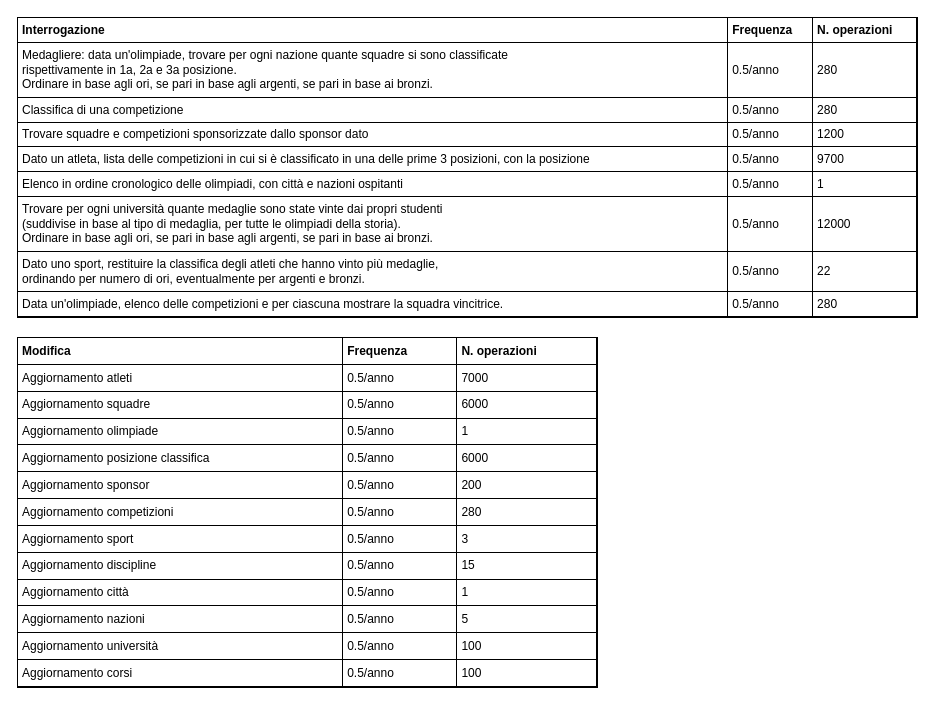
Above: page "Operazioni" (5 of 6) of Olimpiadi studentesche.drawio in giovannivelludo/database-project (draw.io), before the change. Source tidied: cells renumbered, new cells numbered last; positions are measured from the earlier drawing's top-left corner, leaving out a move shared by most shapes. Both pictures are drawn from the tidied source at 100%, with x=0, y=0 at pixel (17, 17).
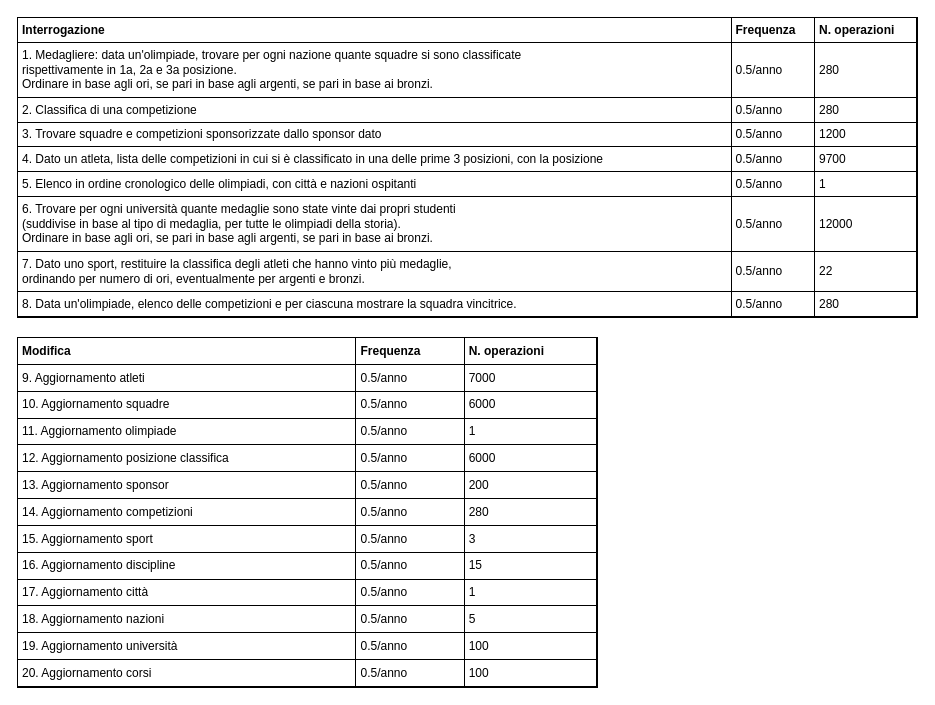
The same diagram, later.

What changed in the source:
```diff
@@
 <mxGraphModel>
   <root>
     <mxCell id="0" />
     <mxCell id="1" parent="0" />
-    <mxCell id="2" value="&lt;table style=&quot;width: 100% ; height: 100% ; border-collapse: collapse ; border: 1px solid rgb(0 , 0 , 0)&quot; width=&quot;100%&quot; cellpadding=&quot;4&quot; border=&quot;1&quot; align=&quot;center&quot;&gt;&lt;tbody&gt;&lt;tr style=&quot;color: rgb(255 , 255 , 255)&quot;&gt;&lt;th align=&quot;left&quot;&gt;&lt;span&gt;&lt;font color=&quot;#000000&quot;&gt;Interrogazione&lt;br&gt;&lt;/font&gt;&lt;/span&gt;&lt;/th&gt;&lt;th align=&quot;left&quot;&gt;&lt;span&gt;&lt;font color=&quot;#000000&quot;&gt;Frequenza&lt;br&gt;&lt;/font&gt;&lt;/span&gt;&lt;/th&gt;&lt;td&gt;&lt;b&gt;&lt;font color=&quot;#000000&quot;&gt;N. operazioni&lt;/font&gt;&lt;/b&gt;&lt;br&gt;&lt;/td&gt;&lt;/tr&gt;&lt;tr&gt;&lt;td&gt;&lt;span&gt;Medagliere: data un'olimpiade, trovare per ogni nazione quante squadre si sono classificate&lt;br&gt;rispettivamente in 1a, 2a e 3a posizione.&lt;br&gt;Ordinare in base agli ori, se pari in base agli argenti, se pari in base ai bronzi.&lt;br&gt;&lt;/span&gt;&lt;/td&gt;&lt;td&gt;&lt;span&gt;0.5/anno&lt;br&gt;&lt;/span&gt;&lt;/td&gt;&lt;td&gt;280&lt;br&gt;&lt;/td&gt;&lt;/tr&gt;&lt;tr&gt;&lt;td&gt;&lt;span&gt;Classifica di una competizione&lt;br&gt;&lt;/span&gt;&lt;/td&gt;&lt;td&gt;&lt;span&gt;0.5/anno&lt;br&gt;&lt;/span&gt;&lt;/td&gt;&lt;td&gt;280&lt;br&gt;&lt;/td&gt;&lt;/tr&gt;&lt;tr&gt;&lt;td&gt;&lt;span&gt;Trovare squadre e competizioni sponsorizzate dallo sponsor dato&lt;br&gt;&lt;/span&gt;&lt;/td&gt;&lt;td&gt;&lt;span&gt;0.5/anno&lt;br&gt;&lt;/span&gt;&lt;/td&gt;&lt;td&gt;1200&lt;br&gt;&lt;/td&gt;&lt;/tr&gt;&lt;tr&gt;&lt;td&gt;&lt;span&gt;Dato un atleta, lista delle competizioni in cui si è classificato in una delle prime 3 posizioni, con la posizione&lt;br&gt;&lt;/span&gt;&lt;/td&gt;&lt;td&gt;0.5/anno&lt;br&gt;&lt;/td&gt;&lt;td&gt;9700&lt;br&gt;&lt;/td&gt;&lt;/tr&gt;&lt;tr&gt;&lt;td&gt;Elenco in ordine cronologico delle olimpiadi, con città e nazioni ospitanti&lt;br&gt;&lt;/td&gt;&lt;td&gt;0.5/anno&lt;br&gt;&lt;/td&gt;&lt;td&gt;1&lt;br&gt;&lt;/td&gt;&lt;/tr&gt;&lt;tr&gt;&lt;td&gt;&lt;span&gt;Trovare per ogni università quante medaglie sono state vinte dai propri studenti&lt;br&gt;(suddivise in base al tipo di medaglia, per tutte le olimpiadi della storia).&lt;br&gt;Ordinare in base agli ori, se pari in base agli argenti, se pari in base ai bronzi.&lt;/span&gt;&lt;/td&gt;&lt;td&gt;0.5/anno&lt;br&gt;&lt;/td&gt;&lt;td&gt;12000&lt;br&gt;&lt;/td&gt;&lt;/tr&gt;&lt;tr&gt;&lt;td&gt;Dato uno sport, restituire la classifica degli atleti che hanno vinto più medaglie,&lt;br&gt;ordinando per numero di ori, eventualmente per argenti e bronzi.&lt;br&gt;&lt;/td&gt;&lt;td&gt;0.5/anno&lt;br&gt;&lt;/td&gt;&lt;td&gt;22&lt;br&gt;&lt;/td&gt;&lt;/tr&gt;&lt;tr&gt;&lt;td&gt;Data un'olimpiade, elenco delle competizioni e per ciascuna mostrare la squadra vincitrice.&lt;br&gt;&lt;/td&gt;&lt;td&gt;0.5/anno&lt;br&gt;&lt;/td&gt;&lt;td&gt;280&lt;br&gt;&lt;/td&gt;&lt;/tr&gt;&lt;/tbody&gt;&lt;/table&gt;" style="text;html=1;strokeColor=#000000;fillColor=#ffffff;overflow=fill;rounded=0;" parent="1" vertex="1">
+    <mxCell id="2" value="&lt;table style=&quot;width: 100% ; height: 100% ; border-collapse: collapse ; border: 1px solid rgb(0 , 0 , 0)&quot; width=&quot;100%&quot; cellpadding=&quot;4&quot; border=&quot;1&quot; align=&quot;center&quot;&gt;&lt;tbody&gt;&lt;tr style=&quot;color: rgb(255 , 255 , 255)&quot;&gt;&lt;th align=&quot;left&quot;&gt;&lt;span&gt;&lt;font color=&quot;#000000&quot;&gt;Interrogazione&lt;br&gt;&lt;/font&gt;&lt;/span&gt;&lt;/th&gt;&lt;th align=&quot;left&quot;&gt;&lt;span&gt;&lt;font color=&quot;#000000&quot;&gt;Frequenza&lt;br&gt;&lt;/font&gt;&lt;/span&gt;&lt;/th&gt;&lt;td&gt;&lt;b&gt;&lt;font color=&quot;#000000&quot;&gt;N. operazioni&lt;/font&gt;&lt;/b&gt;&lt;br&gt;&lt;/td&gt;&lt;/tr&gt;&lt;tr&gt;&lt;td&gt;&lt;span&gt;1. Medagliere: data un'olimpiade, trovare per ogni nazione quante squadre si sono classificate&lt;br&gt;rispettivamente in 1a, 2a e 3a posizione.&lt;br&gt;Ordinare in base agli ori, se pari in base agli argenti, se pari in base ai bronzi.&lt;br&gt;&lt;/span&gt;&lt;/td&gt;&lt;td&gt;&lt;span&gt;0.5/anno&lt;br&gt;&lt;/span&gt;&lt;/td&gt;&lt;td&gt;280&lt;br&gt;&lt;/td&gt;&lt;/tr&gt;&lt;tr&gt;&lt;td&gt;&lt;span&gt;2. Classifica di una competizione&lt;br&gt;&lt;/span&gt;&lt;/td&gt;&lt;td&gt;&lt;span&gt;0.5/anno&lt;br&gt;&lt;/span&gt;&lt;/td&gt;&lt;td&gt;280&lt;br&gt;&lt;/td&gt;&lt;/tr&gt;&lt;tr&gt;&lt;td&gt;&lt;span&gt;3. Trovare squadre e competizioni sponsorizzate dallo sponsor dato&lt;br&gt;&lt;/span&gt;&lt;/td&gt;&lt;td&gt;&lt;span&gt;0.5/anno&lt;br&gt;&lt;/span&gt;&lt;/td&gt;&lt;td&gt;1200&lt;br&gt;&lt;/td&gt;&lt;/tr&gt;&lt;tr&gt;&lt;td&gt;&lt;span&gt;4. Dato un atleta, lista delle competizioni in cui si è classificato in una delle prime 3 posizioni, con la posizione&lt;br&gt;&lt;/span&gt;&lt;/td&gt;&lt;td&gt;0.5/anno&lt;br&gt;&lt;/td&gt;&lt;td&gt;9700&lt;br&gt;&lt;/td&gt;&lt;/tr&gt;&lt;tr&gt;&lt;td&gt;5. Elenco in ordine cronologico delle olimpiadi, con città e nazioni ospitanti&lt;br&gt;&lt;/td&gt;&lt;td&gt;0.5/anno&lt;br&gt;&lt;/td&gt;&lt;td&gt;1&lt;br&gt;&lt;/td&gt;&lt;/tr&gt;&lt;tr&gt;&lt;td&gt;&lt;span&gt;6. Trovare per ogni università quante medaglie sono state vinte dai propri studenti&lt;br&gt;(suddivise in base al tipo di medaglia, per tutte le olimpiadi della storia).&lt;br&gt;Ordinare in base agli ori, se pari in base agli argenti, se pari in base ai bronzi.&lt;/span&gt;&lt;/td&gt;&lt;td&gt;0.5/anno&lt;br&gt;&lt;/td&gt;&lt;td&gt;12000&lt;br&gt;&lt;/td&gt;&lt;/tr&gt;&lt;tr&gt;&lt;td&gt;7. Dato uno sport, restituire la classifica degli atleti che hanno vinto più medaglie,&lt;br&gt;ordinando per numero di ori, eventualmente per argenti e bronzi.&lt;br&gt;&lt;/td&gt;&lt;td&gt;0.5/anno&lt;br&gt;&lt;/td&gt;&lt;td&gt;22&lt;br&gt;&lt;/td&gt;&lt;/tr&gt;&lt;tr&gt;&lt;td&gt;8. Data un'olimpiade, elenco delle competizioni e per ciascuna mostrare la squadra vincitrice.&lt;br&gt;&lt;/td&gt;&lt;td&gt;0.5/anno&lt;br&gt;&lt;/td&gt;&lt;td&gt;280&lt;br&gt;&lt;/td&gt;&lt;/tr&gt;&lt;/tbody&gt;&lt;/table&gt;" style="text;html=1;strokeColor=#000000;fillColor=#ffffff;overflow=fill;rounded=0;" parent="1" vertex="1">
       <mxGeometry width="900" height="300" as="geometry" />
     </mxCell>
-    <mxCell id="3" value="&lt;table style=&quot;width: 100% ; height: 100% ; border-collapse: collapse ; border: 1px solid rgb(0 , 0 , 0)&quot; width=&quot;100%&quot; cellpadding=&quot;4&quot; border=&quot;1&quot; align=&quot;left&quot;&gt;&lt;tbody&gt;&lt;tr style=&quot;color: rgb(255 , 255 , 255)&quot;&gt;&lt;th align=&quot;left&quot;&gt;&lt;span&gt;&lt;font color=&quot;#000000&quot;&gt;Modifica&lt;br&gt;&lt;/font&gt;&lt;/span&gt;&lt;/th&gt;&lt;th align=&quot;left&quot;&gt;&lt;span&gt;&lt;font color=&quot;#000000&quot;&gt;Frequenza&lt;br&gt;&lt;/font&gt;&lt;/span&gt;&lt;/th&gt;&lt;td&gt;&lt;b&gt;&lt;font color=&quot;#000000&quot;&gt;N. operazioni&lt;/font&gt;&lt;/b&gt;&lt;br&gt;&lt;/td&gt;&lt;/tr&gt;&lt;tr&gt;&lt;td&gt;&lt;span&gt;Aggiornamento atleti&lt;br&gt;&lt;/span&gt;&lt;/td&gt;&lt;td&gt;&lt;span&gt;0.5/anno&lt;br&gt;&lt;/span&gt;&lt;/td&gt;&lt;td&gt;7000&lt;br&gt;&lt;/td&gt;&lt;/tr&gt;&lt;tr&gt;&lt;td&gt;&lt;span&gt;Aggiornamento squadre&lt;br&gt;&lt;/span&gt;&lt;/td&gt;&lt;td&gt;&lt;span&gt;0.5/anno&lt;br&gt;&lt;/span&gt;&lt;/td&gt;&lt;td&gt;6000&lt;br&gt;&lt;/td&gt;&lt;/tr&gt;&lt;tr&gt;&lt;td&gt;&lt;span&gt;Aggiornamento olimpiade&lt;br&gt;&lt;/span&gt;&lt;/td&gt;&lt;td&gt;&lt;span&gt;0.5/anno&lt;br&gt;&lt;/span&gt;&lt;/td&gt;&lt;td&gt;1&lt;br&gt;&lt;/td&gt;&lt;/tr&gt;&lt;tr&gt;&lt;td&gt;&lt;span&gt;Aggiornamento posizione classifica&lt;br&gt;&lt;/span&gt;&lt;/td&gt;&lt;td&gt;0.5/anno&lt;br&gt;&lt;/td&gt;&lt;td&gt;6000&lt;br&gt;&lt;/td&gt;&lt;/tr&gt;&lt;tr&gt;&lt;td&gt;Aggiornamento sponsor&lt;br&gt;&lt;/td&gt;&lt;td&gt;0.5/anno&lt;br&gt;&lt;/td&gt;&lt;td&gt;200&lt;br&gt;&lt;/td&gt;&lt;/tr&gt;&lt;tr&gt;&lt;td&gt;&lt;span&gt;Aggiornamento competizioni&lt;br&gt;&lt;/span&gt;&lt;/td&gt;&lt;td&gt;0.5/anno&lt;br&gt;&lt;/td&gt;&lt;td&gt;280&lt;br&gt;&lt;/td&gt;&lt;/tr&gt;&lt;tr&gt;&lt;td&gt;Aggiornamento sport&lt;br&gt;&lt;/td&gt;&lt;td&gt;&lt;span&gt;0.5/anno&lt;/span&gt;&lt;/td&gt;&lt;td&gt;3&lt;br&gt;&lt;/td&gt;&lt;/tr&gt;&lt;tr&gt;&lt;td&gt;Aggiornamento discipline&lt;br&gt;&lt;/td&gt;&lt;td&gt;&lt;span&gt;0.5/anno&lt;/span&gt;&lt;/td&gt;&lt;td&gt;15&lt;br&gt;&lt;/td&gt;&lt;/tr&gt;&lt;tr&gt;&lt;td&gt;Aggiornamento città&lt;br&gt;&lt;/td&gt;&lt;td&gt;&lt;span&gt;0.5/anno&lt;/span&gt;&lt;/td&gt;&lt;td&gt;1&lt;br&gt;&lt;/td&gt;&lt;/tr&gt;&lt;tr&gt;&lt;td&gt;Aggiornamento nazioni&lt;br&gt;&lt;/td&gt;&lt;td&gt;&lt;span&gt;0.5/anno&lt;/span&gt;&lt;/td&gt;&lt;td&gt;5&lt;br&gt;&lt;/td&gt;&lt;/tr&gt;&lt;tr&gt;&lt;td&gt;Aggiornamento università&lt;br&gt;&lt;/td&gt;&lt;td&gt;&lt;span&gt;0.5/anno&lt;/span&gt;&lt;/td&gt;&lt;td&gt;100&lt;br&gt;&lt;/td&gt;&lt;/tr&gt;&lt;tr&gt;&lt;td&gt;Aggiornamento corsi&lt;br&gt;&lt;/td&gt;&lt;td&gt;&lt;span&gt;0.5/anno&lt;/span&gt;&lt;/td&gt;&lt;td&gt;100&lt;br&gt;&lt;/td&gt;&lt;/tr&gt;&lt;/tbody&gt;&lt;/table&gt;" style="text;html=1;strokeColor=#000000;fillColor=#ffffff;overflow=fill;rounded=0;" parent="1" vertex="1">
+    <mxCell id="3" value="&lt;table style=&quot;width: 100% ; height: 100% ; border-collapse: collapse ; border: 1px solid rgb(0 , 0 , 0)&quot; width=&quot;100%&quot; cellpadding=&quot;4&quot; border=&quot;1&quot; align=&quot;left&quot;&gt;&lt;tbody&gt;&lt;tr style=&quot;color: rgb(255 , 255 , 255)&quot;&gt;&lt;th align=&quot;left&quot;&gt;&lt;span&gt;&lt;font color=&quot;#000000&quot;&gt;Modifica&lt;br&gt;&lt;/font&gt;&lt;/span&gt;&lt;/th&gt;&lt;th align=&quot;left&quot;&gt;&lt;span&gt;&lt;font color=&quot;#000000&quot;&gt;Frequenza&lt;br&gt;&lt;/font&gt;&lt;/span&gt;&lt;/th&gt;&lt;td&gt;&lt;b&gt;&lt;font color=&quot;#000000&quot;&gt;N. operazioni&lt;/font&gt;&lt;/b&gt;&lt;br&gt;&lt;/td&gt;&lt;/tr&gt;&lt;tr&gt;&lt;td&gt;&lt;span&gt;9. Aggiornamento atleti&lt;br&gt;&lt;/span&gt;&lt;/td&gt;&lt;td&gt;&lt;span&gt;0.5/anno&lt;br&gt;&lt;/span&gt;&lt;/td&gt;&lt;td&gt;7000&lt;br&gt;&lt;/td&gt;&lt;/tr&gt;&lt;tr&gt;&lt;td&gt;&lt;span&gt;10. Aggiornamento squadre&lt;br&gt;&lt;/span&gt;&lt;/td&gt;&lt;td&gt;&lt;span&gt;0.5/anno&lt;br&gt;&lt;/span&gt;&lt;/td&gt;&lt;td&gt;6000&lt;br&gt;&lt;/td&gt;&lt;/tr&gt;&lt;tr&gt;&lt;td&gt;&lt;span&gt;11. Aggiornamento olimpiade&lt;br&gt;&lt;/span&gt;&lt;/td&gt;&lt;td&gt;&lt;span&gt;0.5/anno&lt;br&gt;&lt;/span&gt;&lt;/td&gt;&lt;td&gt;1&lt;br&gt;&lt;/td&gt;&lt;/tr&gt;&lt;tr&gt;&lt;td&gt;&lt;span&gt;12. Aggiornamento posizione classifica&lt;br&gt;&lt;/span&gt;&lt;/td&gt;&lt;td&gt;0.5/anno&lt;br&gt;&lt;/td&gt;&lt;td&gt;6000&lt;br&gt;&lt;/td&gt;&lt;/tr&gt;&lt;tr&gt;&lt;td&gt;13. Aggiornamento sponsor&lt;br&gt;&lt;/td&gt;&lt;td&gt;0.5/anno&lt;br&gt;&lt;/td&gt;&lt;td&gt;200&lt;br&gt;&lt;/td&gt;&lt;/tr&gt;&lt;tr&gt;&lt;td&gt;&lt;span&gt;14. Aggiornamento competizioni&lt;br&gt;&lt;/span&gt;&lt;/td&gt;&lt;td&gt;0.5/anno&lt;br&gt;&lt;/td&gt;&lt;td&gt;280&lt;br&gt;&lt;/td&gt;&lt;/tr&gt;&lt;tr&gt;&lt;td&gt;15. Aggiornamento sport&lt;br&gt;&lt;/td&gt;&lt;td&gt;&lt;span&gt;0.5/anno&lt;/span&gt;&lt;/td&gt;&lt;td&gt;3&lt;br&gt;&lt;/td&gt;&lt;/tr&gt;&lt;tr&gt;&lt;td&gt;16. Aggiornamento discipline&lt;br&gt;&lt;/td&gt;&lt;td&gt;&lt;span&gt;0.5/anno&lt;/span&gt;&lt;/td&gt;&lt;td&gt;15&lt;br&gt;&lt;/td&gt;&lt;/tr&gt;&lt;tr&gt;&lt;td&gt;17. Aggiornamento città&lt;br&gt;&lt;/td&gt;&lt;td&gt;&lt;span&gt;0.5/anno&lt;/span&gt;&lt;/td&gt;&lt;td&gt;1&lt;br&gt;&lt;/td&gt;&lt;/tr&gt;&lt;tr&gt;&lt;td&gt;18. Aggiornamento nazioni&lt;br&gt;&lt;/td&gt;&lt;td&gt;&lt;span&gt;0.5/anno&lt;/span&gt;&lt;/td&gt;&lt;td&gt;5&lt;br&gt;&lt;/td&gt;&lt;/tr&gt;&lt;tr&gt;&lt;td&gt;19. Aggiornamento università&lt;br&gt;&lt;/td&gt;&lt;td&gt;&lt;span&gt;0.5/anno&lt;/span&gt;&lt;/td&gt;&lt;td&gt;100&lt;br&gt;&lt;/td&gt;&lt;/tr&gt;&lt;tr&gt;&lt;td&gt;20. Aggiornamento corsi&lt;br&gt;&lt;/td&gt;&lt;td&gt;&lt;span&gt;0.5/anno&lt;/span&gt;&lt;/td&gt;&lt;td&gt;100&lt;br&gt;&lt;/td&gt;&lt;/tr&gt;&lt;/tbody&gt;&lt;/table&gt;" style="text;html=1;strokeColor=#000000;fillColor=#ffffff;overflow=fill;rounded=0;" parent="1" vertex="1">
       <mxGeometry y="320" width="580" height="350" as="geometry" />
     </mxCell>
   </root>
 </mxGraphModel>
```
